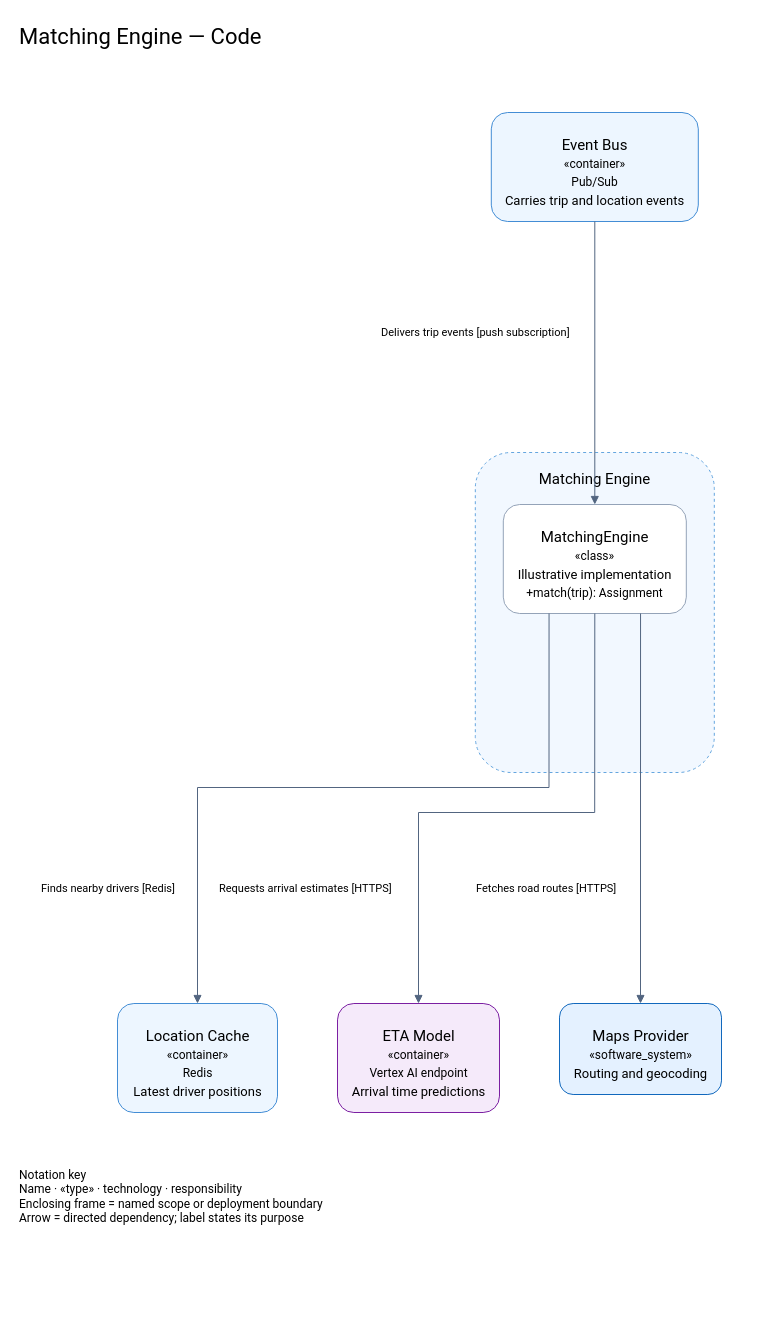
The draw.io diagram examples/gcp-suite/c4-gcp/icon-style-modern/04-code/code-matching-engine.drawio in tyler59simon/architecture-suite-plugin, before the edit. Source tidied: cells renumbered, new cells numbered last; positions are measured from the earlier drawing's top-left corner, leaving out a move shared by most shapes. Both pictures are drawn from the tidied source at 100%, with x=0, y=0 at pixel (17, 17). Pictures stored in the file or linked from it are replaced by grey dashed boxes.
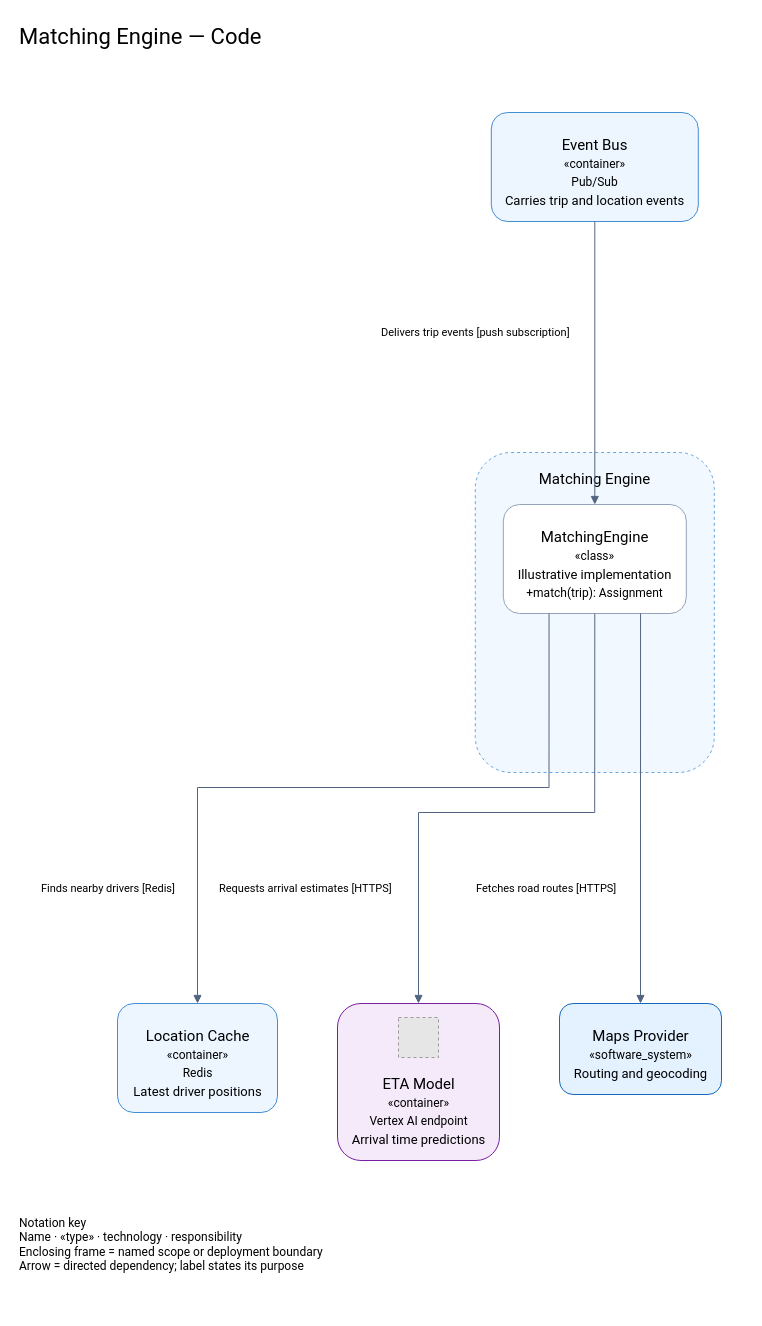
The same diagram, later.

What changed in the source:
```diff
@@
     <mxCell id="17" style="rounded=1;fillColor=#f5eafa;strokeColor=#7b1fa2;dashed=0;" parent="1" vertex="1">
-      <mxGeometry x="320" y="986" width="162" height="109" as="geometry" />
+      <mxGeometry x="320" y="986" width="162" height="157" as="geometry" />
     </mxCell>
     <mxCell id="18" value="ETA Model" style="text;html=1;align=center;fontSize=15;fontFamily=Roboto;spacing=0;" parent="17" vertex="1">
-      <mxGeometry y="19" width="162" height="22" as="geometry" />
+      <mxGeometry y="67" width="162" height="22" as="geometry" />
     </mxCell>
     <mxCell id="19" value="«container»" style="text;html=1;align=center;fontSize=12;fontFamily=Roboto;spacing=0;" parent="17" vertex="1">
-      <mxGeometry y="40" width="162" height="18" as="geometry" />
+      <mxGeometry y="88" width="162" height="18" as="geometry" />
     </mxCell>
     <mxCell id="20" value="Vertex AI endpoint" style="text;html=1;align=center;fontSize=12;fontFamily=Roboto;spacing=0;" parent="17" vertex="1">
-      <mxGeometry y="58" width="162" height="18" as="geometry" />
+      <mxGeometry y="106" width="162" height="18" as="geometry" />
     </mxCell>
     <mxCell id="21" value="Arrival time predictions" style="text;html=1;align=center;fontSize=13;fontFamily=Roboto;spacing=0;" parent="17" vertex="1">
-      <mxGeometry y="76" width="162" height="19" as="geometry" />
+      <mxGeometry y="124" width="162" height="19" as="geometry" />
     </mxCell>
+    <mxCell id="38" style="fillColor=#E6E6E6;strokeColor=#999999;dashed=1;" parent="17" vertex="1">
+      <mxGeometry x="61" y="14" width="40" height="40" as="geometry" />
+    </mxCell>
@@
     <mxCell id="37" value="Notation key&lt;br&gt;Name · «type» · technology · responsibility&lt;br&gt;Enclosing frame = named scope or deployment boundary&lt;br&gt;Arrow = directed dependency; label states its purpose" style="text;html=1;align=left;fontSize=12;fontFamily=Roboto;" parent="1" vertex="1">
-      <mxGeometry y="1144" width="560" height="100" as="geometry" />
+      <mxGeometry y="1192" width="560" height="100" as="geometry" />
     </mxCell>
```
